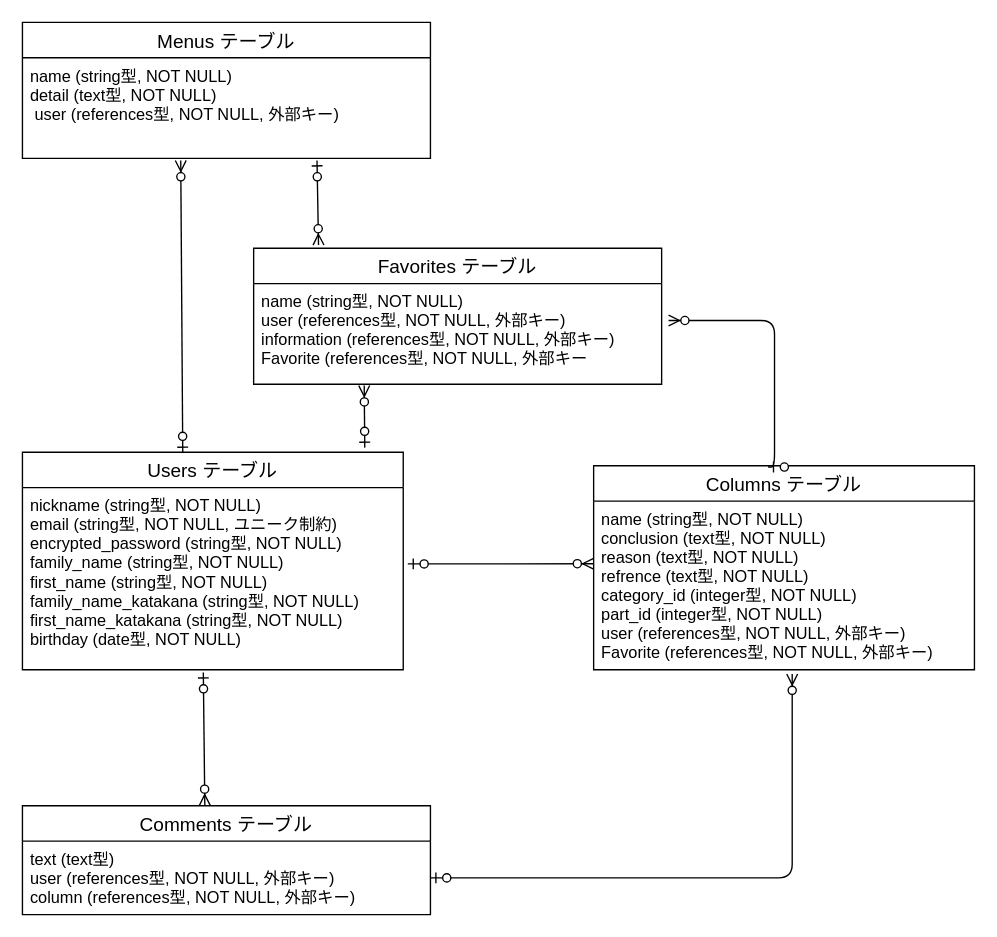
Before: page "ページ2" (2 of 3) of will.dio in Katsu1001/will-fitness, a draw.io diagram. Source tidied: cells renumbered, new cells numbered last; positions are measured from the earlier drawing's top-left corner, leaving out a move shared by most shapes. Both pictures are drawn from the tidied source at 136%, with x=0, y=0 at pixel (8, -106).
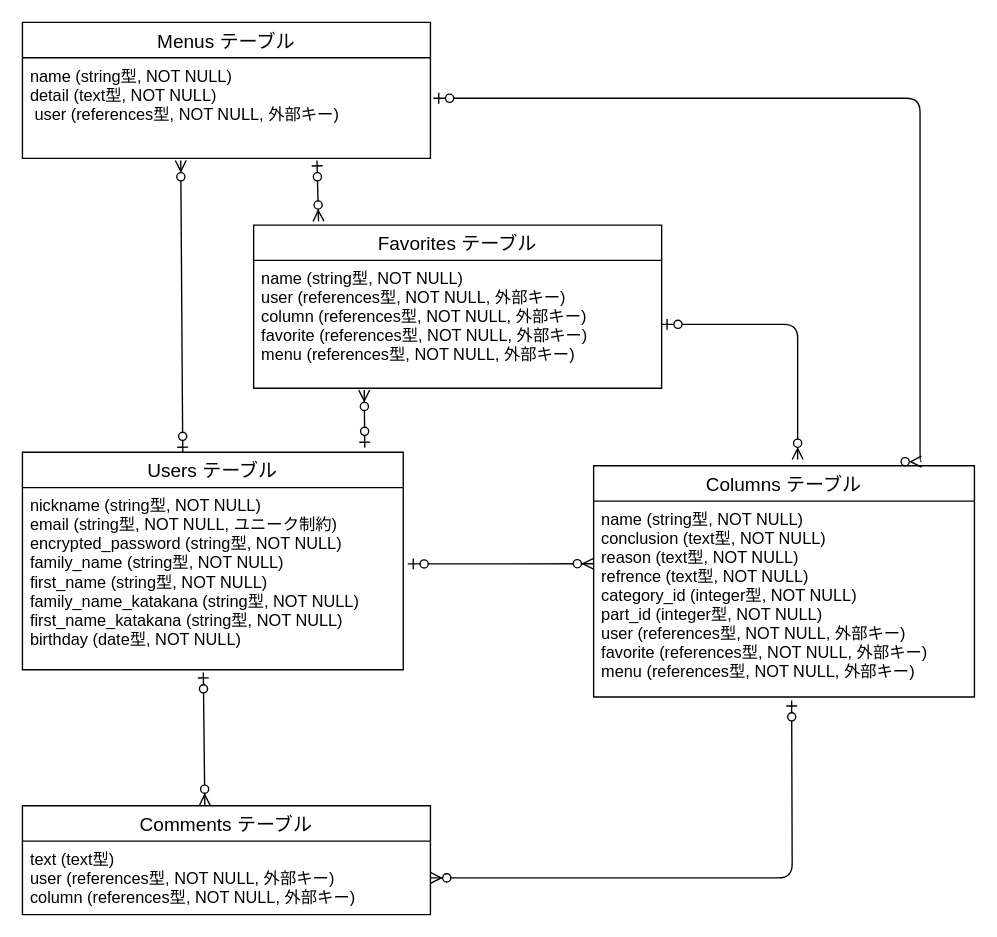
After the change.

Commit message (it also covers changes not shown here):
ER図とREADME.mdを編集

Unchanged cells that the change refers to:
```xml
<mxCell id="2" style="group;" parent="1" vertex="1">
  <mxGeometry width="840" height="820" as="geometry" />
</mxCell>
<mxCell id="4" value="name (string型, NOT NULL)&#10;detail (text型, NOT NULL)&#10; user (references型, NOT NULL, 外部キー)" style="text;strokeColor=none;fillColor=none;spacingLeft=4;spacingRight=4;overflow=hidden;points=[[0,0.5],[1,0.5]];portConstraint=eastwest;fontSize=12;" parent="3" vertex="1">
  <mxGeometry y="26" width="300" height="74" as="geometry" />
</mxCell>
<mxCell id="17" value="text (text型)&#10;user (references型, NOT NULL, 外部キー)&#10;column (references型, NOT NULL, 外部キー)" style="text;strokeColor=none;fillColor=none;spacingLeft=4;spacingRight=4;overflow=hidden;points=[[0,0.5],[1,0.5]];portConstraint=eastwest;fontSize=12;" parent="16" vertex="1">
  <mxGeometry y="26" width="300" height="54" as="geometry" />
</mxCell>
```

Diff of the diagram source:
```diff
@@
     <mxCell id="5" value="Favorites テーブル" style="swimlane;fontStyle=0;horizontal=1;startSize=26;align=center;fontSize=14;" parent="2" vertex="1">
-      <mxGeometry x="180" y="260" width="300" height="100" as="geometry" />
+      <mxGeometry x="180" y="243" width="300" height="120" as="geometry" />
     </mxCell>
-    <mxCell id="6" value="name (string型, NOT NULL)&#10;user (references型, NOT NULL, 外部キー)&#10;information (references型, NOT NULL, 外部キー)&#10;Favorite (references型, NOT NULL, 外部キー " style="text;strokeColor=none;fillColor=none;spacingLeft=4;spacingRight=4;overflow=hidden;points=[[0,0.5],[1,0.5]];portConstraint=eastwest;fontSize=12;" parent="5" vertex="1">
-      <mxGeometry y="26" width="300" height="74" as="geometry" />
+    <mxCell id="6" value="name (string型, NOT NULL)&#10;user (references型, NOT NULL, 外部キー)&#10;column (references型, NOT NULL, 外部キー)&#10;favorite (references型, NOT NULL, 外部キー) &#10;menu (references型, NOT NULL, 外部キー)" style="text;strokeColor=none;fillColor=none;spacingLeft=4;spacingRight=4;overflow=hidden;points=[[0,0.5],[1,0.5]];portConstraint=eastwest;fontSize=12;" parent="5" vertex="1">
+      <mxGeometry y="26" width="300" height="94" as="geometry" />
     </mxCell>
@@
     <mxCell id="10" value="Columns テーブル" style="swimlane;fontStyle=0;horizontal=1;startSize=26;align=center;fontSize=14;" parent="2" vertex="1">
-      <mxGeometry x="430" y="420" width="280" height="150" as="geometry" />
+      <mxGeometry x="430" y="420" width="280" height="170" as="geometry" />
     </mxCell>
-    <mxCell id="11" value="name (string型, NOT NULL)&#10;conclusion (text型, NOT NULL)&#10;reason (text型, NOT NULL)&#10;refrence (text型, NOT NULL)&#10;category_id (integer型, NOT NULL)&#10;part_id (integer型, NOT NULL)&#10;user (references型, NOT NULL, 外部キー)&#10;Favorite (references型, NOT NULL, 外部キー)" style="text;strokeColor=none;fillColor=none;spacingLeft=4;spacingRight=4;overflow=hidden;points=[[0,0.5],[1,0.5]];portConstraint=eastwest;fontSize=12;" parent="10" vertex="1">
-      <mxGeometry y="26" width="280" height="124" as="geometry" />
+    <mxCell id="11" value="name (string型, NOT NULL)&#10;conclusion (text型, NOT NULL)&#10;reason (text型, NOT NULL)&#10;refrence (text型, NOT NULL)&#10;category_id (integer型, NOT NULL)&#10;part_id (integer型, NOT NULL)&#10;user (references型, NOT NULL, 外部キー)&#10;favorite (references型, NOT NULL, 外部キー)&#10;menu (references型, NOT NULL, 外部キー)" style="text;strokeColor=none;fillColor=none;spacingLeft=4;spacingRight=4;overflow=hidden;points=[[0,0.5],[1,0.5]];portConstraint=eastwest;fontSize=12;" parent="10" vertex="1">
+      <mxGeometry y="26" width="280" height="144" as="geometry" />
     </mxCell>
-    <mxCell id="12" style="edgeStyle=elbowEdgeStyle;fontSize=12;html=1;endArrow=ERzeroToMany;startArrow=ERzeroToOne;entryX=1.017;entryY=0.367;entryDx=0;entryDy=0;entryPerimeter=0;exitX=0.458;exitY=0.006;exitDx=0;exitDy=0;exitPerimeter=0;" parent="2" edge="1" source="10" target="6">
-      <mxGeometry relative="1" as="geometry">
-        <Array as="points">
-          <mxPoint x="563" y="340" />
-          <mxPoint x="640" y="380" />
-          <mxPoint x="640" y="330" />
-          <mxPoint x="660" y="320" />
-          <mxPoint x="650" y="400" />
-          <mxPoint x="650" y="400" />
-          <mxPoint x="650" y="390" />
-          <mxPoint x="640" y="340" />
-          <mxPoint x="700" y="290" />
-          <mxPoint x="640" y="370" />
-          <mxPoint x="640" y="290" />
-          <mxPoint x="670" y="270" />
-          <mxPoint x="640" y="370" />
-          <mxPoint x="630" y="360" />
-          <mxPoint x="630" y="280" />
-        </Array>
-      </mxGeometry>
-    </mxCell>
@@
-    <mxCell id="19" style="fontSize=12;html=1;endArrow=ERzeroToMany;startArrow=ERzeroToOne;exitX=1;exitY=0.5;exitDx=0;exitDy=0;edgeStyle=elbowEdgeStyle;entryX=0.523;entryY=1.025;entryDx=0;entryDy=0;entryPerimeter=0;" parent="2" edge="1" source="17" target="11">
+    <mxCell id="19" style="fontSize=12;html=1;endArrow=ERzeroToMany;startArrow=ERzeroToOne;exitX=0.52;exitY=1.018;exitDx=0;exitDy=0;edgeStyle=elbowEdgeStyle;exitPerimeter=0;entryX=1;entryY=0.5;entryDx=0;entryDy=0;" parent="2" edge="1" source="11" target="17">
       <mxGeometry relative="1" as="geometry">
         <Array as="points">
           <mxPoint x="576" y="650" />
         </Array>
       </mxGeometry>
     </mxCell>
+    <mxCell id="20" style="fontSize=12;html=1;endArrow=ERzeroToMany;startArrow=ERzeroToOne;edgeStyle=elbowEdgeStyle;exitX=1;exitY=0.5;exitDx=0;exitDy=0;entryX=0.535;entryY=-0.027;entryDx=0;entryDy=0;entryPerimeter=0;" parent="2" edge="1" source="6" target="10">
+      <mxGeometry relative="1" as="geometry">
+        <Array as="points">
+          <mxPoint x="580" y="380" />
+          <mxPoint x="600" y="340" />
+        </Array>
+      </mxGeometry>
+    </mxCell>
+    <mxCell id="21" style="fontSize=12;html=1;endArrow=ERzeroToMany;startArrow=ERzeroToOne;edgeStyle=elbowEdgeStyle;exitX=1.007;exitY=0.402;exitDx=0;exitDy=0;exitPerimeter=0;entryX=0.861;entryY=-0.018;entryDx=0;entryDy=0;entryPerimeter=0;" parent="2" edge="1" source="4" target="10">
+      <mxGeometry relative="1" as="geometry">
+        <Array as="points">
+          <mxPoint x="670" y="230" />
+          <mxPoint x="500" y="137" />
+        </Array>
+      </mxGeometry>
+    </mxCell>
```
